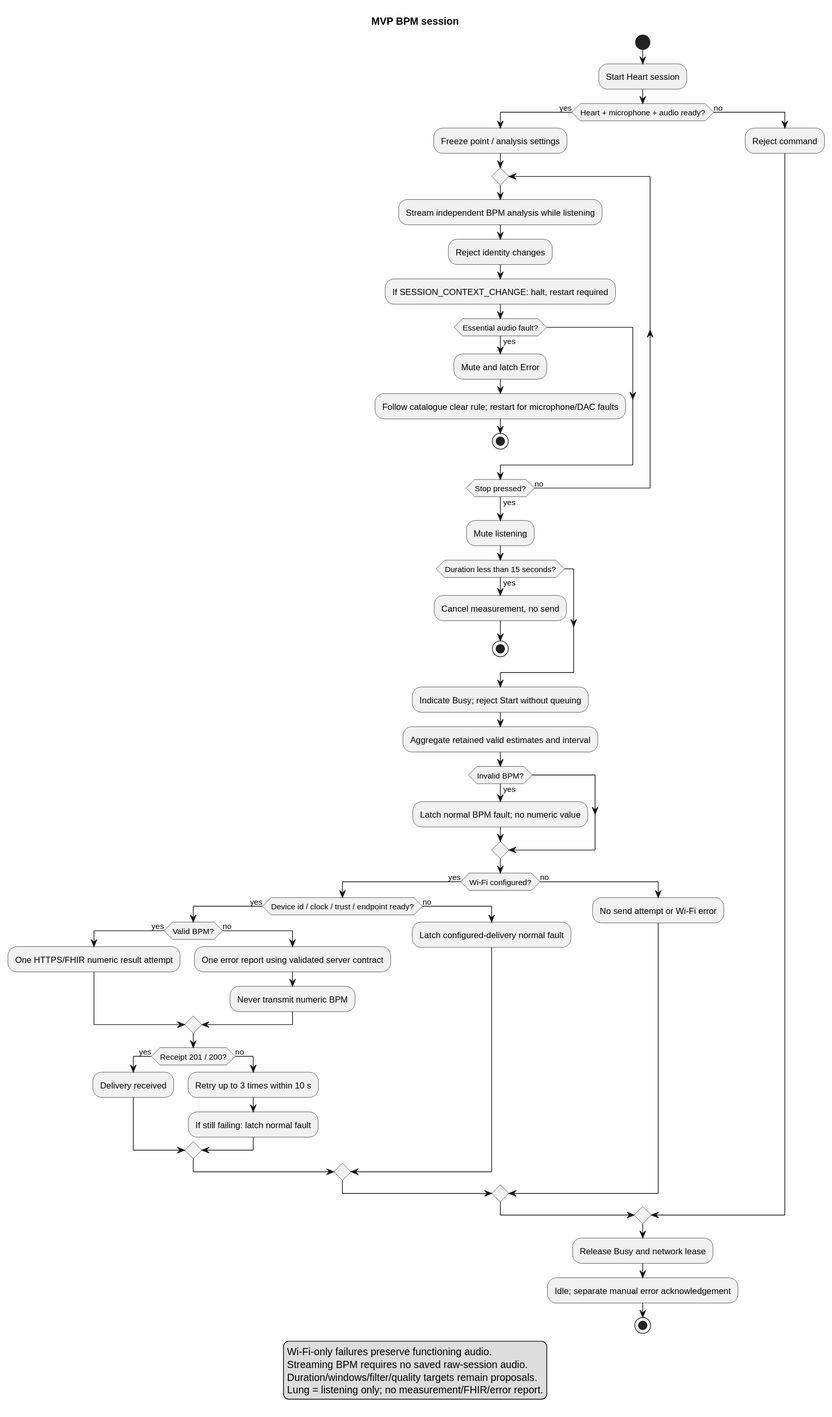
This is Development/system/architecture/rendered/measurement_workflow.svg from DemonicPsychoII/DigitalStethoscope, a PlantUML export, as it was before one commit. Source of this version:
```plantuml
@startuml
skinparam shadowing false
skinparam defaultFontName SansSerif
title MVP BPM session
start
:Start Heart session;
if (Heart + microphone + audio ready?) then (yes)
 :Freeze point / analysis settings;
 repeat
  :Stream independent BPM analysis while listening;
  :Reject identity changes;
  :If SESSION_CONTEXT_CHANGE: halt, restart required;
  if (Essential audio fault?) then (yes)
   :Mute and latch Error;
   :Follow catalogue clear rule; restart for microphone/DAC faults;
   stop
  endif
 repeat while (Stop pressed?) is (no) not (yes)
 :Mute listening;
 if (Duration less than 15 seconds?) then (yes)
  :Cancel measurement, no send;
  stop
 endif
 :Indicate Busy; reject Start without queuing;
 :Aggregate retained valid estimates and interval;
 if (Invalid BPM?) then (yes)
  :Latch normal BPM fault; no numeric value;
 endif
 if (Wi-Fi configured?) then (yes)
  if (Device id / clock / trust / endpoint ready?) then (yes)
   if (Valid BPM?) then (yes)
    :One HTTPS/FHIR numeric result attempt;
   else (no)
    :One error report using validated server contract;
    :Never transmit numeric BPM;
   endif
   if (Receipt 201 / 200?) then (yes)
    :Delivery received;
   else (no)
    :Retry up to 3 times within 10 s;
    :If still failing: latch normal fault;
   endif
  else (no)
   :Latch configured-delivery normal fault;
  endif
 else (no)
  :No send attempt or Wi-Fi error;
 endif
else (no)
 :Reject command;
endif
:Release Busy and network lease;
:Idle; separate manual error acknowledgement;
stop
legend bottom
  Wi-Fi-only failures preserve functioning audio.
  Streaming BPM requires no saved raw-session audio.
  Duration/windows/filter/quality targets remain proposals.
  Lung = listening only; no measurement/FHIR/error report.
endlegend
@enduml
```
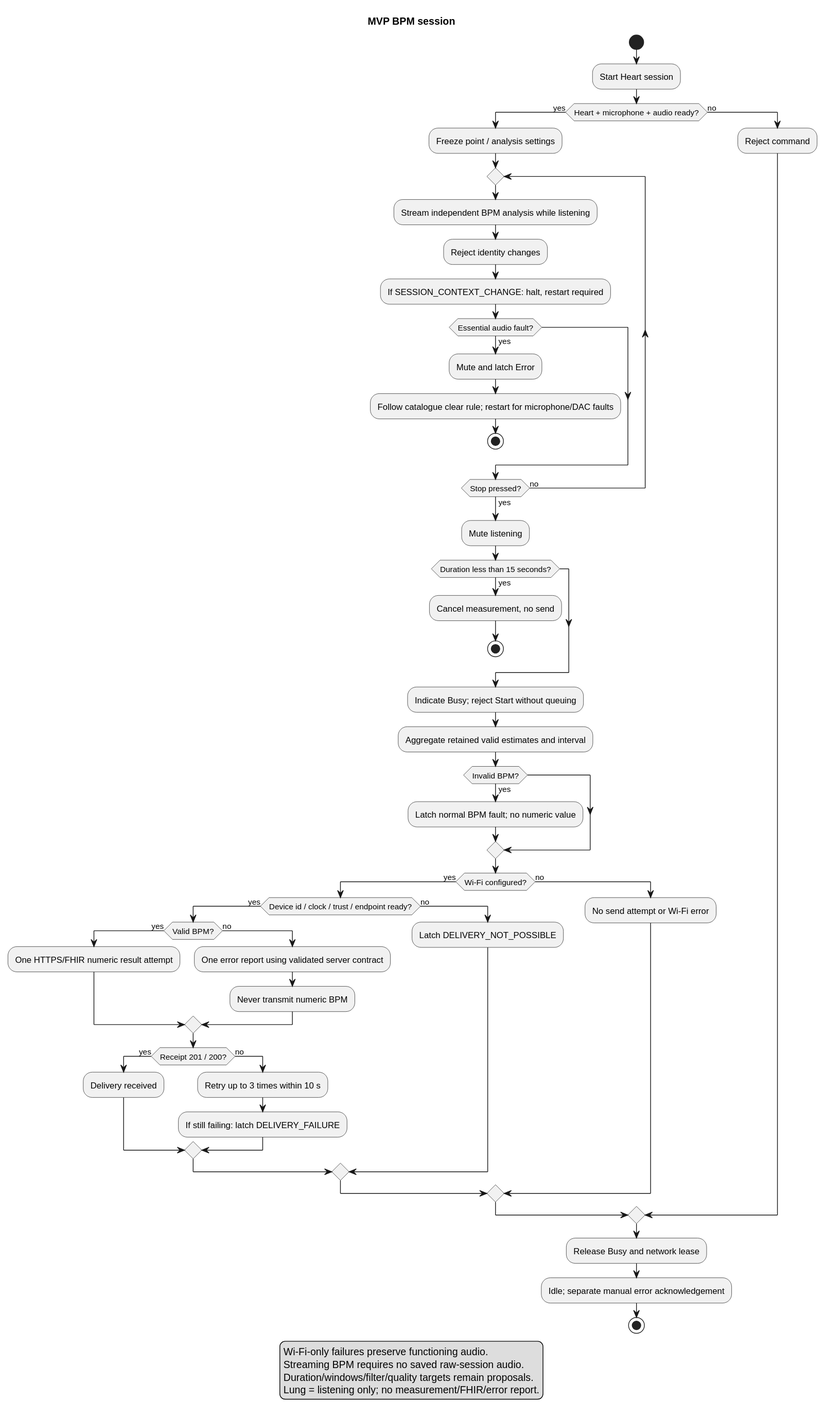
After the commit.

Diff of the diagram source:
```diff
@@ -38,10 +38,10 @@
     :Delivery received;
    else (no)
     :Retry up to 3 times within 10 s;
-    :If still failing: latch normal fault;
+    :If still failing: latch DELIVERY_FAILURE;
    endif
   else (no)
-   :Latch configured-delivery normal fault;
+   :Latch DELIVERY_NOT_POSSIBLE;
   endif
  else (no)
   :No send attempt or Wi-Fi error;
```
